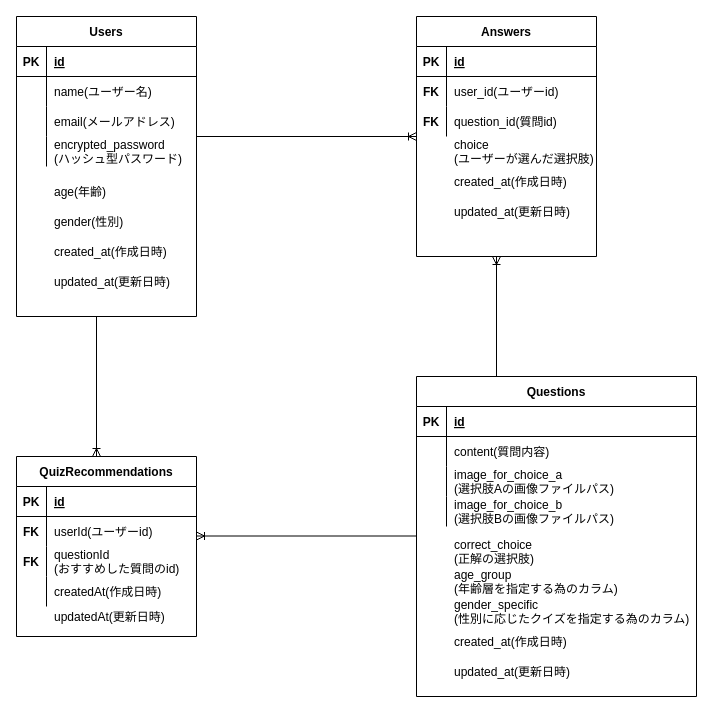
The draw.io diagram ER図(本リリース版).drawio in jannah-n/graduation_exam, before the edit. Source tidied: cells renumbered, new cells numbered last; positions are measured from the earlier drawing's top-left corner, leaving out a move shared by most shapes. Both pictures are drawn from the tidied source at 100%, with x=0, y=0 at pixel (16, 16).
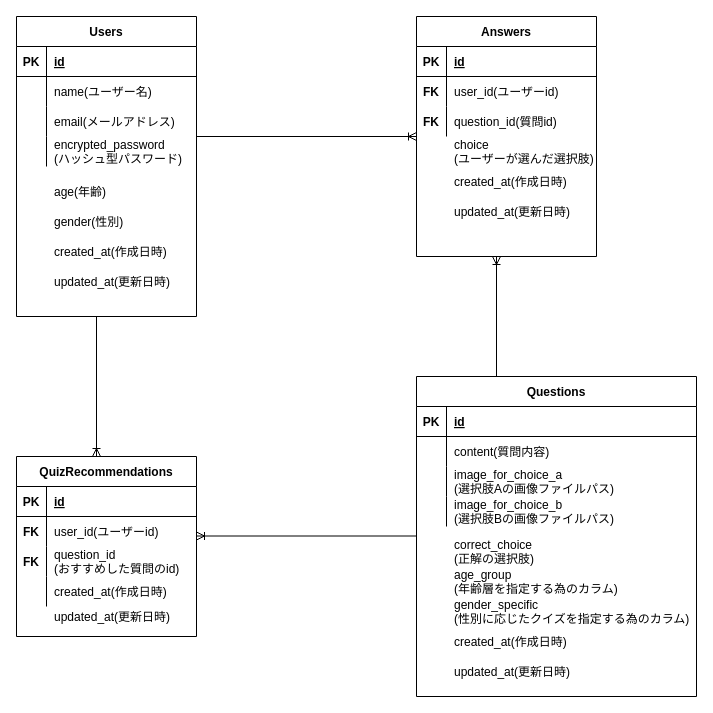
Above is the later version.

Commit message (it also covers changes not shown here):
"ER図(本リリース版)にて修正し忘れていた箇所があった為、その部分を修正"

The change refers to these unchanged cells:
```xml
<mxCell id="56" style="group;" parent="55" vertex="1">
  <mxGeometry width="180" height="180" as="geometry" />
</mxCell>
<mxCell id="61" style="shape=tableRow;horizontal=0;startSize=0;swimlaneHead=0;swimlaneBody=0;fillColor=none;top=0;left=0;right=0;bottom=0;" parent="57" vertex="1">
  <mxGeometry y="60" width="180" height="30" as="geometry" />
</mxCell>
<mxCell id="64" style="shape=tableRow;horizontal=0;startSize=0;swimlaneHead=0;swimlaneBody=0;fillColor=none;top=0;left=0;right=0;bottom=0;" parent="57" vertex="1">
  <mxGeometry y="90" width="180" height="30" as="geometry" />
</mxCell>
<mxCell id="67" style="shape=tableRow;horizontal=0;startSize=0;swimlaneHead=0;swimlaneBody=0;fillColor=none;top=0;left=0;right=0;bottom=0;" parent="57" vertex="1">
  <mxGeometry y="120" width="180" height="30" as="geometry" />
</mxCell>
```

Change to the diagram source:
```diff
@@
-    <mxCell id="63" value="userId(ユーザーid)" style="shape=partialRectangle;fillColor=none;top=0;left=0;bottom=0;right=0;align=left;spacingLeft=6;overflow=hidden;" parent="61" vertex="1">
+    <mxCell id="63" value="user_id(ユーザーid)" style="shape=partialRectangle;fillColor=none;top=0;left=0;bottom=0;right=0;align=left;spacingLeft=6;overflow=hidden;" parent="61" vertex="1">
       <mxGeometry x="30" width="150" height="30" as="geometry" />
     </mxCell>
@@
-    <mxCell id="66" value="questionId&#10;(おすすめした質問のid)" style="shape=partialRectangle;fillColor=none;top=0;left=0;bottom=0;right=0;align=left;spacingLeft=6;overflow=hidden;" parent="64" vertex="1">
+    <mxCell id="66" value="question_id&#10;(おすすめした質問のid)" style="shape=partialRectangle;fillColor=none;top=0;left=0;bottom=0;right=0;align=left;spacingLeft=6;overflow=hidden;" parent="64" vertex="1">
       <mxGeometry x="30" width="150" height="30" as="geometry" />
     </mxCell>
@@
-    <mxCell id="69" value="createdAt(作成日時)" style="shape=partialRectangle;fillColor=none;top=0;left=0;bottom=0;right=0;align=left;spacingLeft=6;overflow=hidden;" parent="67" vertex="1">
+    <mxCell id="69" value="created_at(作成日時)" style="shape=partialRectangle;fillColor=none;top=0;left=0;bottom=0;right=0;align=left;spacingLeft=6;overflow=hidden;" parent="67" vertex="1">
       <mxGeometry x="30" width="150" height="30" as="geometry" />
     </mxCell>
-    <mxCell id="70" value="updatedAt(更新日時)" style="shape=partialRectangle;fillColor=none;top=0;left=0;bottom=0;right=0;align=left;spacingLeft=6;overflow=hidden;" parent="56" vertex="1">
+    <mxCell id="70" value="updated_at(更新日時)" style="shape=partialRectangle;fillColor=none;top=0;left=0;bottom=0;right=0;align=left;spacingLeft=6;overflow=hidden;" parent="56" vertex="1">
       <mxGeometry x="30" y="145" width="150" height="30" as="geometry" />
     </mxCell>
```
